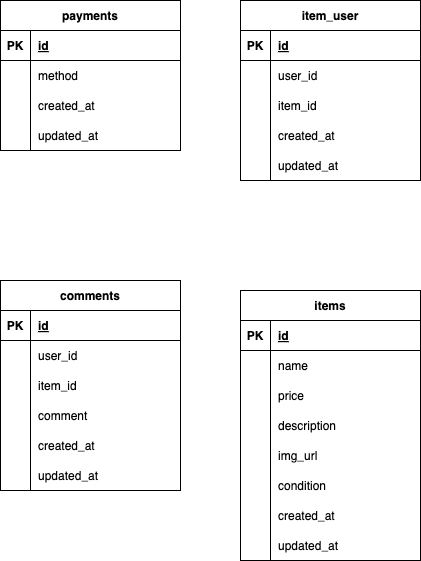
hirata784/flea_market_app keeps this draw.io diagram as .drawio.png. Above is the earlier version. Source tidied: cells renumbered, new cells last; positions are measured from the earlier drawing's top-left corner, leaving out a move shared by most shapes.
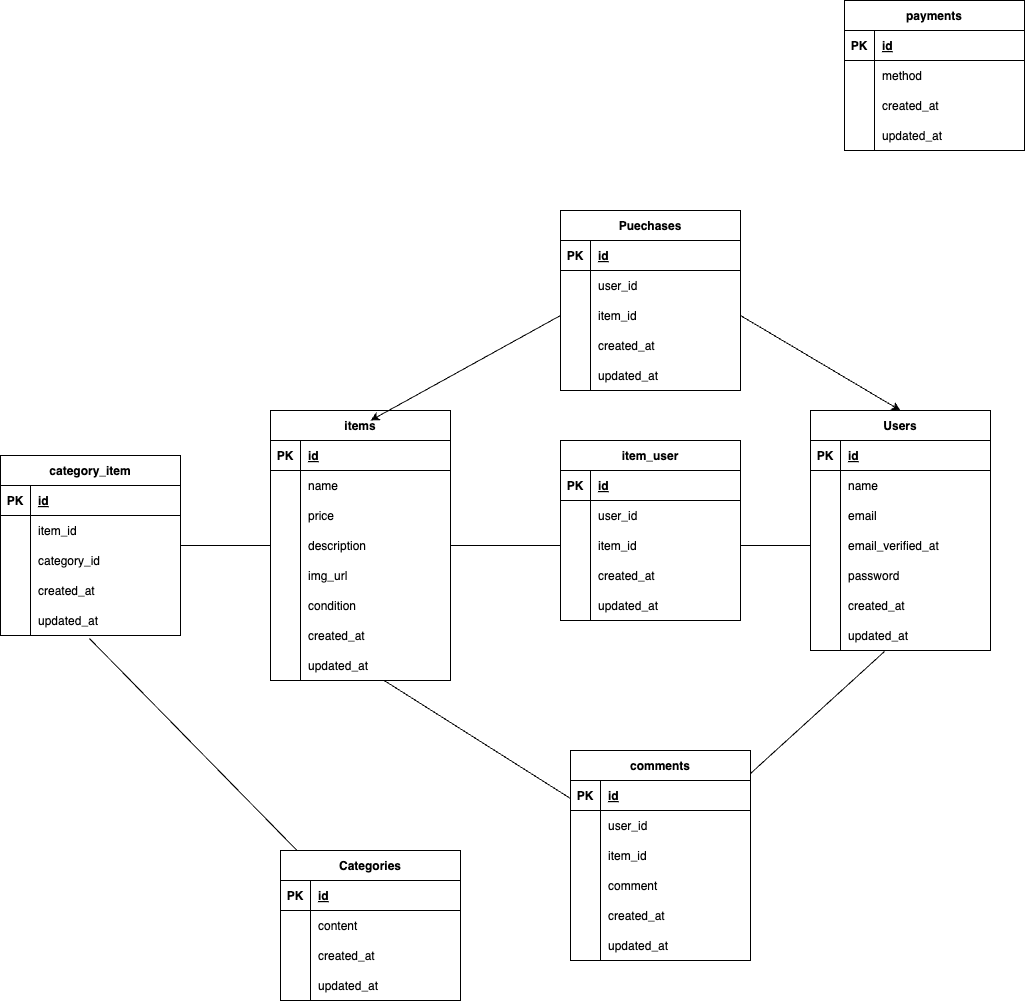
Above is the later version.

What changed in the source:
```diff
@@ -3,7 +3,7 @@
     <mxCell id="0" />
     <mxCell id="1" parent="0" />
     <mxCell id="2" value="items" style="shape=table;startSize=30;rowLines=0;fontStyle=1;align=center;" parent="1" vertex="1">
-      <mxGeometry x="240" y="290" width="180" height="270" as="geometry" />
+      <mxGeometry x="-310" y="40" width="180" height="270" as="geometry" />
     </mxCell>
     <mxCell id="3" style="shape=tableRow;horizontal=0;startSize=0;swimlaneHead=0;swimlaneBody=0;fillColor=none;top=0;left=0;right=0;bottom=1;" parent="2" vertex="1">
       <mxGeometry y="30" width="180" height="30" as="geometry" />
@@ -78,7 +78,7 @@
       <mxGeometry x="30" width="150" height="30" as="geometry" />
     </mxCell>
     <mxCell id="27" value="item_user" style="shape=table;startSize=30;rowLines=0;fontStyle=1;align=center;" parent="1" vertex="1">
-      <mxGeometry x="240" width="180" height="180" as="geometry" />
+      <mxGeometry x="-20" y="70" width="180" height="180" as="geometry" />
     </mxCell>
     <mxCell id="28" style="shape=tableRow;horizontal=0;startSize=0;swimlaneHead=0;swimlaneBody=0;fillColor=none;top=0;left=0;right=0;bottom=1;" parent="27" vertex="1">
       <mxGeometry y="30" width="180" height="30" as="geometry" />
@@ -126,7 +126,7 @@
       <mxGeometry x="30" width="150" height="30" as="geometry" />
     </mxCell>
     <mxCell id="43" value="payments" style="shape=table;startSize=30;rowLines=0;fontStyle=1;align=center;" parent="1" vertex="1">
-      <mxGeometry width="180" height="150" as="geometry" />
+      <mxGeometry x="264" y="-370" width="180" height="150" as="geometry" />
     </mxCell>
     <mxCell id="44" style="shape=tableRow;horizontal=0;startSize=0;swimlaneHead=0;swimlaneBody=0;fillColor=none;top=0;left=0;right=0;bottom=1;" parent="43" vertex="1">
       <mxGeometry y="30" width="180" height="30" as="geometry" />
@@ -164,8 +164,11 @@
     <mxCell id="55" value="updated_at" style="shape=partialRectangle;fillColor=none;top=0;left=0;bottom=0;right=0;align=left;spacingLeft=6;overflow=hidden;" parent="53" vertex="1">
       <mxGeometry x="30" width="150" height="30" as="geometry" />
     </mxCell>
+    <mxCell id="75" style="edgeStyle=none;html=1;endArrow=none;endFill=0;" parent="1" edge="1" source="56" target="24">
+      <mxGeometry relative="1" as="geometry" />
+    </mxCell>
     <mxCell id="56" value="comments" style="shape=table;startSize=30;rowLines=0;fontStyle=1;align=center;" parent="1" vertex="1">
-      <mxGeometry y="280" width="180" height="210" as="geometry" />
+      <mxGeometry x="-10" y="380" width="180" height="210" as="geometry" />
     </mxCell>
     <mxCell id="57" style="shape=tableRow;horizontal=0;startSize=0;swimlaneHead=0;swimlaneBody=0;fillColor=none;top=0;left=0;right=0;bottom=1;" parent="56" vertex="1">
       <mxGeometry y="30" width="180" height="30" as="geometry" />
@@ -221,5 +224,227 @@
     <mxCell id="74" value="updated_at" style="shape=partialRectangle;fillColor=none;top=0;left=0;bottom=0;right=0;align=left;spacingLeft=6;overflow=hidden;" parent="72" vertex="1">
       <mxGeometry x="30" width="150" height="30" as="geometry" />
     </mxCell>
+    <mxCell id="76" value="Users" style="shape=table;startSize=30;rowLines=0;fontStyle=1;align=center;" parent="1" vertex="1">
+      <mxGeometry x="230" y="40" width="180" height="240" as="geometry" />
+    </mxCell>
+    <mxCell id="77" style="shape=tableRow;horizontal=0;startSize=0;swimlaneHead=0;swimlaneBody=0;fillColor=none;top=0;left=0;right=0;bottom=1;" parent="76" vertex="1">
+      <mxGeometry y="30" width="180" height="30" as="geometry" />
+    </mxCell>
+    <mxCell id="78" value="PK" style="shape=partialRectangle;fillColor=none;top=0;left=0;bottom=0;right=0;fontStyle=1;overflow=hidden;" parent="77" vertex="1">
+      <mxGeometry width="30" height="30" as="geometry" />
+    </mxCell>
+    <mxCell id="79" value="id" style="shape=partialRectangle;fillColor=none;top=0;left=0;bottom=0;right=0;align=left;spacingLeft=6;fontStyle=5;overflow=hidden;" parent="77" vertex="1">
+      <mxGeometry x="30" width="150" height="30" as="geometry" />
+    </mxCell>
+    <mxCell id="80" style="shape=tableRow;horizontal=0;startSize=0;swimlaneHead=0;swimlaneBody=0;fillColor=none;top=0;left=0;right=0;bottom=0;" parent="76" vertex="1">
+      <mxGeometry y="60" width="180" height="30" as="geometry" />
+    </mxCell>
+    <mxCell id="81" style="shape=partialRectangle;fillColor=none;top=0;left=0;bottom=0;right=0;overflow=hidden;" parent="80" vertex="1">
+      <mxGeometry width="30" height="30" as="geometry" />
+    </mxCell>
+    <mxCell id="82" value="name" style="shape=partialRectangle;fillColor=none;top=0;left=0;bottom=0;right=0;align=left;spacingLeft=6;overflow=hidden;" parent="80" vertex="1">
+      <mxGeometry x="30" width="150" height="30" as="geometry" />
+    </mxCell>
+    <mxCell id="83" style="shape=tableRow;horizontal=0;startSize=0;swimlaneHead=0;swimlaneBody=0;fillColor=none;top=0;left=0;right=0;bottom=0;" parent="76" vertex="1">
+      <mxGeometry y="90" width="180" height="30" as="geometry" />
+    </mxCell>
+    <mxCell id="84" style="shape=partialRectangle;fillColor=none;top=0;left=0;bottom=0;right=0;overflow=hidden;" parent="83" vertex="1">
+      <mxGeometry width="30" height="30" as="geometry" />
+    </mxCell>
+    <mxCell id="85" value="email" style="shape=partialRectangle;fillColor=none;top=0;left=0;bottom=0;right=0;align=left;spacingLeft=6;overflow=hidden;" parent="83" vertex="1">
+      <mxGeometry x="30" width="150" height="30" as="geometry" />
+    </mxCell>
+    <mxCell id="86" style="shape=tableRow;horizontal=0;startSize=0;swimlaneHead=0;swimlaneBody=0;fillColor=none;points=[[0,0.5],[1,0.5]];portConstraint=eastwest;top=0;left=0;right=0;bottom=0;" parent="76" vertex="1">
+      <mxGeometry y="120" width="180" height="30" as="geometry" />
+    </mxCell>
+    <mxCell id="87" style="shape=partialRectangle;fillColor=none;top=0;left=0;bottom=0;right=0;overflow=hidden;" parent="86" vertex="1">
+      <mxGeometry width="30" height="30" as="geometry" />
+    </mxCell>
+    <mxCell id="88" value="email_verified_at" style="shape=partialRectangle;fillColor=none;top=0;left=0;bottom=0;right=0;align=left;spacingLeft=6;overflow=hidden;" parent="86" vertex="1">
+      <mxGeometry x="30" width="150" height="30" as="geometry" />
+    </mxCell>
+    <mxCell id="89" style="shape=tableRow;horizontal=0;startSize=0;swimlaneHead=0;swimlaneBody=0;fillColor=none;top=0;left=0;right=0;bottom=0;" parent="76" vertex="1">
+      <mxGeometry y="150" width="180" height="30" as="geometry" />
+    </mxCell>
+    <mxCell id="90" style="shape=partialRectangle;fillColor=none;top=0;left=0;bottom=0;right=0;overflow=hidden;" parent="89" vertex="1">
+      <mxGeometry width="30" height="30" as="geometry" />
+    </mxCell>
+    <mxCell id="91" value="password" style="shape=partialRectangle;fillColor=none;top=0;left=0;bottom=0;right=0;align=left;spacingLeft=6;overflow=hidden;" parent="89" vertex="1">
+      <mxGeometry x="30" width="150" height="30" as="geometry" />
+    </mxCell>
+    <mxCell id="92" style="shape=tableRow;horizontal=0;startSize=0;swimlaneHead=0;swimlaneBody=0;fillColor=none;top=0;left=0;right=0;bottom=0;" parent="76" vertex="1">
+      <mxGeometry y="180" width="180" height="30" as="geometry" />
+    </mxCell>
+    <mxCell id="93" style="shape=partialRectangle;fillColor=none;top=0;left=0;bottom=0;right=0;overflow=hidden;" parent="92" vertex="1">
+      <mxGeometry width="30" height="30" as="geometry" />
+    </mxCell>
+    <mxCell id="94" value="created_at" style="shape=partialRectangle;fillColor=none;top=0;left=0;bottom=0;right=0;align=left;spacingLeft=6;overflow=hidden;" parent="92" vertex="1">
+      <mxGeometry x="30" width="150" height="30" as="geometry" />
+    </mxCell>
+    <mxCell id="95" style="shape=tableRow;horizontal=0;startSize=0;swimlaneHead=0;swimlaneBody=0;fillColor=none;points=[[0,0.5],[1,0.5]];portConstraint=eastwest;top=0;left=0;right=0;bottom=0;" parent="76" vertex="1">
+      <mxGeometry y="210" width="180" height="30" as="geometry" />
+    </mxCell>
+    <mxCell id="96" style="shape=partialRectangle;fillColor=none;top=0;left=0;bottom=0;right=0;overflow=hidden;" parent="95" vertex="1">
+      <mxGeometry width="30" height="30" as="geometry" />
+    </mxCell>
+    <mxCell id="97" value="updated_at" style="shape=partialRectangle;fillColor=none;top=0;left=0;bottom=0;right=0;align=left;spacingLeft=6;overflow=hidden;" parent="95" vertex="1">
+      <mxGeometry x="30" width="150" height="30" as="geometry" />
+    </mxCell>
+    <mxCell id="98" value="Categories" style="shape=table;startSize=30;rowLines=0;fontStyle=1;align=center;" parent="1" vertex="1">
+      <mxGeometry x="-300" y="480" width="180" height="150" as="geometry" />
+    </mxCell>
+    <mxCell id="99" style="shape=tableRow;horizontal=0;startSize=0;swimlaneHead=0;swimlaneBody=0;fillColor=none;top=0;left=0;right=0;bottom=1;" parent="98" vertex="1">
+      <mxGeometry y="30" width="180" height="30" as="geometry" />
+    </mxCell>
+    <mxCell id="100" value="PK" style="shape=partialRectangle;fillColor=none;top=0;left=0;bottom=0;right=0;fontStyle=1;overflow=hidden;" parent="99" vertex="1">
+      <mxGeometry width="30" height="30" as="geometry" />
+    </mxCell>
+    <mxCell id="101" value="id" style="shape=partialRectangle;fillColor=none;top=0;left=0;bottom=0;right=0;align=left;spacingLeft=6;fontStyle=5;overflow=hidden;" parent="99" vertex="1">
+      <mxGeometry x="30" width="150" height="30" as="geometry" />
+    </mxCell>
+    <mxCell id="102" style="shape=tableRow;horizontal=0;startSize=0;swimlaneHead=0;swimlaneBody=0;fillColor=none;top=0;left=0;right=0;bottom=0;" parent="98" vertex="1">
+      <mxGeometry y="60" width="180" height="30" as="geometry" />
+    </mxCell>
+    <mxCell id="103" style="shape=partialRectangle;fillColor=none;top=0;left=0;bottom=0;right=0;overflow=hidden;" parent="102" vertex="1">
+      <mxGeometry width="30" height="30" as="geometry" />
+    </mxCell>
+    <mxCell id="104" value="content" style="shape=partialRectangle;fillColor=none;top=0;left=0;bottom=0;right=0;align=left;spacingLeft=6;overflow=hidden;" parent="102" vertex="1">
+      <mxGeometry x="30" width="150" height="30" as="geometry" />
+    </mxCell>
+    <mxCell id="105" style="shape=tableRow;horizontal=0;startSize=0;swimlaneHead=0;swimlaneBody=0;fillColor=none;top=0;left=0;right=0;bottom=0;" parent="98" vertex="1">
+      <mxGeometry y="90" width="180" height="30" as="geometry" />
+    </mxCell>
+    <mxCell id="106" style="shape=partialRectangle;fillColor=none;top=0;left=0;bottom=0;right=0;overflow=hidden;" parent="105" vertex="1">
+      <mxGeometry width="30" height="30" as="geometry" />
+    </mxCell>
+    <mxCell id="107" value="created_at" style="shape=partialRectangle;fillColor=none;top=0;left=0;bottom=0;right=0;align=left;spacingLeft=6;overflow=hidden;" parent="105" vertex="1">
+      <mxGeometry x="30" width="150" height="30" as="geometry" />
+    </mxCell>
+    <mxCell id="108" style="shape=tableRow;horizontal=0;startSize=0;swimlaneHead=0;swimlaneBody=0;fillColor=none;top=0;left=0;right=0;bottom=0;" parent="98" vertex="1">
+      <mxGeometry y="120" width="180" height="30" as="geometry" />
+    </mxCell>
+    <mxCell id="109" style="shape=partialRectangle;fillColor=none;top=0;left=0;bottom=0;right=0;overflow=hidden;" parent="108" vertex="1">
+      <mxGeometry width="30" height="30" as="geometry" />
+    </mxCell>
+    <mxCell id="110" value="updated_at" style="shape=partialRectangle;fillColor=none;top=0;left=0;bottom=0;right=0;align=left;spacingLeft=6;overflow=hidden;" parent="108" vertex="1">
+      <mxGeometry x="30" width="150" height="30" as="geometry" />
+    </mxCell>
+    <mxCell id="111" value="Puechases" style="shape=table;startSize=30;rowLines=0;fontStyle=1;align=center;" parent="1" vertex="1">
+      <mxGeometry x="-20" y="-160" width="180" height="180" as="geometry" />
+    </mxCell>
+    <mxCell id="112" style="shape=tableRow;horizontal=0;startSize=0;swimlaneHead=0;swimlaneBody=0;fillColor=none;top=0;left=0;right=0;bottom=1;" parent="111" vertex="1">
+      <mxGeometry y="30" width="180" height="30" as="geometry" />
+    </mxCell>
+    <mxCell id="113" value="PK" style="shape=partialRectangle;fillColor=none;top=0;left=0;bottom=0;right=0;fontStyle=1;overflow=hidden;" parent="112" vertex="1">
+      <mxGeometry width="30" height="30" as="geometry" />
+    </mxCell>
+    <mxCell id="114" value="id" style="shape=partialRectangle;fillColor=none;top=0;left=0;bottom=0;right=0;align=left;spacingLeft=6;fontStyle=5;overflow=hidden;" parent="112" vertex="1">
+      <mxGeometry x="30" width="150" height="30" as="geometry" />
+    </mxCell>
+    <mxCell id="115" style="shape=tableRow;horizontal=0;startSize=0;swimlaneHead=0;swimlaneBody=0;fillColor=none;top=0;left=0;right=0;bottom=0;" parent="111" vertex="1">
+      <mxGeometry y="60" width="180" height="30" as="geometry" />
+    </mxCell>
+    <mxCell id="116" style="shape=partialRectangle;fillColor=none;top=0;left=0;bottom=0;right=0;overflow=hidden;" parent="115" vertex="1">
+      <mxGeometry width="30" height="30" as="geometry" />
+    </mxCell>
+    <mxCell id="117" value="user_id" style="shape=partialRectangle;fillColor=none;top=0;left=0;bottom=0;right=0;align=left;spacingLeft=6;overflow=hidden;" parent="115" vertex="1">
+      <mxGeometry x="30" width="150" height="30" as="geometry" />
+    </mxCell>
+    <mxCell id="118" style="shape=tableRow;horizontal=0;startSize=0;swimlaneHead=0;swimlaneBody=0;fillColor=none;points=[[0,0.5],[1,0.5]];portConstraint=eastwest;top=0;left=0;right=0;bottom=0;" parent="111" vertex="1">
+      <mxGeometry y="90" width="180" height="30" as="geometry" />
+    </mxCell>
+    <mxCell id="119" style="shape=partialRectangle;fillColor=none;top=0;left=0;bottom=0;right=0;overflow=hidden;" parent="118" vertex="1">
+      <mxGeometry width="30" height="30" as="geometry" />
+    </mxCell>
+    <mxCell id="120" value="item_id" style="shape=partialRectangle;fillColor=none;top=0;left=0;bottom=0;right=0;align=left;spacingLeft=6;overflow=hidden;" parent="118" vertex="1">
+      <mxGeometry x="30" width="150" height="30" as="geometry" />
+    </mxCell>
+    <mxCell id="121" style="shape=tableRow;horizontal=0;startSize=0;swimlaneHead=0;swimlaneBody=0;fillColor=none;top=0;left=0;right=0;bottom=0;" parent="111" vertex="1">
+      <mxGeometry y="120" width="180" height="30" as="geometry" />
+    </mxCell>
+    <mxCell id="122" style="shape=partialRectangle;fillColor=none;top=0;left=0;bottom=0;right=0;overflow=hidden;" parent="121" vertex="1">
+      <mxGeometry width="30" height="30" as="geometry" />
+    </mxCell>
+    <mxCell id="123" value="created_at" style="shape=partialRectangle;fillColor=none;top=0;left=0;bottom=0;right=0;align=left;spacingLeft=6;overflow=hidden;" parent="121" vertex="1">
+      <mxGeometry x="30" width="150" height="30" as="geometry" />
+    </mxCell>
+    <mxCell id="124" style="shape=tableRow;horizontal=0;startSize=0;swimlaneHead=0;swimlaneBody=0;fillColor=none;top=0;left=0;right=0;bottom=0;" parent="111" vertex="1">
+      <mxGeometry y="150" width="180" height="30" as="geometry" />
+    </mxCell>
+    <mxCell id="125" style="shape=partialRectangle;fillColor=none;top=0;left=0;bottom=0;right=0;overflow=hidden;" parent="124" vertex="1">
+      <mxGeometry width="30" height="30" as="geometry" />
+    </mxCell>
+    <mxCell id="126" value="updated_at" style="shape=partialRectangle;fillColor=none;top=0;left=0;bottom=0;right=0;align=left;spacingLeft=6;overflow=hidden;" parent="124" vertex="1">
+      <mxGeometry x="30" width="150" height="30" as="geometry" />
+    </mxCell>
+    <mxCell id="127" style="edgeStyle=none;html=1;entryX=0;entryY=0.5;entryDx=0;entryDy=0;endArrow=none;endFill=0;" parent="1" edge="1" source="128" target="12">
+      <mxGeometry relative="1" as="geometry" />
+    </mxCell>
+    <mxCell id="128" value="category_item" style="shape=table;startSize=30;rowLines=0;fontStyle=1;align=center;" parent="1" vertex="1">
+      <mxGeometry x="-580" y="85" width="180" height="180" as="geometry" />
+    </mxCell>
+    <mxCell id="129" style="shape=tableRow;horizontal=0;startSize=0;swimlaneHead=0;swimlaneBody=0;fillColor=none;top=0;left=0;right=0;bottom=1;" parent="128" vertex="1">
+      <mxGeometry y="30" width="180" height="30" as="geometry" />
+    </mxCell>
+    <mxCell id="130" value="PK" style="shape=partialRectangle;fillColor=none;top=0;left=0;bottom=0;right=0;fontStyle=1;overflow=hidden;" parent="129" vertex="1">
+      <mxGeometry width="30" height="30" as="geometry" />
+    </mxCell>
+    <mxCell id="131" value="id" style="shape=partialRectangle;fillColor=none;top=0;left=0;bottom=0;right=0;align=left;spacingLeft=6;fontStyle=5;overflow=hidden;" parent="129" vertex="1">
+      <mxGeometry x="30" width="150" height="30" as="geometry" />
+    </mxCell>
+    <mxCell id="132" style="shape=tableRow;horizontal=0;startSize=0;swimlaneHead=0;swimlaneBody=0;fillColor=none;top=0;left=0;right=0;bottom=0;" parent="128" vertex="1">
+      <mxGeometry y="60" width="180" height="30" as="geometry" />
+    </mxCell>
+    <mxCell id="133" style="shape=partialRectangle;fillColor=none;top=0;left=0;bottom=0;right=0;overflow=hidden;" parent="132" vertex="1">
+      <mxGeometry width="30" height="30" as="geometry" />
+    </mxCell>
+    <mxCell id="134" value="item_id" style="shape=partialRectangle;fillColor=none;top=0;left=0;bottom=0;right=0;align=left;spacingLeft=6;overflow=hidden;" parent="132" vertex="1">
+      <mxGeometry x="30" width="150" height="30" as="geometry" />
+    </mxCell>
+    <mxCell id="135" style="shape=tableRow;horizontal=0;startSize=0;swimlaneHead=0;swimlaneBody=0;fillColor=none;top=0;left=0;right=0;bottom=0;" parent="128" vertex="1">
+      <mxGeometry y="90" width="180" height="30" as="geometry" />
+    </mxCell>
+    <mxCell id="136" style="shape=partialRectangle;fillColor=none;top=0;left=0;bottom=0;right=0;overflow=hidden;" parent="135" vertex="1">
+      <mxGeometry width="30" height="30" as="geometry" />
+    </mxCell>
+    <mxCell id="137" value="category_id" style="shape=partialRectangle;fillColor=none;top=0;left=0;bottom=0;right=0;align=left;spacingLeft=6;overflow=hidden;" parent="135" vertex="1">
+      <mxGeometry x="30" width="150" height="30" as="geometry" />
+    </mxCell>
+    <mxCell id="138" style="shape=tableRow;horizontal=0;startSize=0;swimlaneHead=0;swimlaneBody=0;fillColor=none;top=0;left=0;right=0;bottom=0;" parent="128" vertex="1">
+      <mxGeometry y="120" width="180" height="30" as="geometry" />
+    </mxCell>
+    <mxCell id="139" style="shape=partialRectangle;fillColor=none;top=0;left=0;bottom=0;right=0;overflow=hidden;" parent="138" vertex="1">
+      <mxGeometry width="30" height="30" as="geometry" />
+    </mxCell>
+    <mxCell id="140" value="created_at" style="shape=partialRectangle;fillColor=none;top=0;left=0;bottom=0;right=0;align=left;spacingLeft=6;overflow=hidden;" parent="138" vertex="1">
+      <mxGeometry x="30" width="150" height="30" as="geometry" />
+    </mxCell>
+    <mxCell id="141" style="shape=tableRow;horizontal=0;startSize=0;swimlaneHead=0;swimlaneBody=0;fillColor=none;points=[[0,0.5],[1,0.5]];portConstraint=eastwest;top=0;left=0;right=0;bottom=0;" parent="128" vertex="1">
+      <mxGeometry y="150" width="180" height="30" as="geometry" />
+    </mxCell>
+    <mxCell id="142" style="shape=partialRectangle;fillColor=none;top=0;left=0;bottom=0;right=0;overflow=hidden;" parent="141" vertex="1">
+      <mxGeometry width="30" height="30" as="geometry" />
+    </mxCell>
+    <mxCell id="143" value="updated_at" style="shape=partialRectangle;fillColor=none;top=0;left=0;bottom=0;right=0;align=left;spacingLeft=6;overflow=hidden;" parent="141" vertex="1">
+      <mxGeometry x="30" width="150" height="30" as="geometry" />
+    </mxCell>
+    <mxCell id="144" style="edgeStyle=none;html=1;exitX=1;exitY=0.5;exitDx=0;exitDy=0;entryX=0;entryY=0.5;entryDx=0;entryDy=0;endArrow=none;endFill=0;" parent="1" edge="1" source="12" target="34">
+      <mxGeometry relative="1" as="geometry" />
+    </mxCell>
+    <mxCell id="145" style="edgeStyle=none;html=1;exitX=1;exitY=0.5;exitDx=0;exitDy=0;entryX=0;entryY=0.5;entryDx=0;entryDy=0;endArrow=none;endFill=0;" parent="1" edge="1" source="34" target="86">
+      <mxGeometry relative="1" as="geometry" />
+    </mxCell>
+    <mxCell id="146" style="edgeStyle=none;html=1;entryX=0.494;entryY=1.1;entryDx=0;entryDy=0;entryPerimeter=0;endArrow=none;endFill=0;" parent="1" edge="1" source="98" target="141">
+      <mxGeometry relative="1" as="geometry" />
+    </mxCell>
+    <mxCell id="147" style="edgeStyle=none;html=1;entryX=0.411;entryY=1.033;entryDx=0;entryDy=0;entryPerimeter=0;endArrow=none;endFill=0;" parent="1" edge="1" source="56" target="95">
+      <mxGeometry relative="1" as="geometry" />
+    </mxCell>
+    <mxCell id="148" style="edgeStyle=none;html=1;exitX=0;exitY=0.5;exitDx=0;exitDy=0;entryX=0.556;entryY=0.037;entryDx=0;entryDy=0;entryPerimeter=0;" parent="1" edge="1" source="118" target="2">
+      <mxGeometry relative="1" as="geometry" />
+    </mxCell>
+    <mxCell id="149" style="edgeStyle=none;html=1;exitX=1;exitY=0.5;exitDx=0;exitDy=0;entryX=0.5;entryY=0;entryDx=0;entryDy=0;" parent="1" edge="1" source="118" target="76">
+      <mxGeometry relative="1" as="geometry" />
+    </mxCell>
   </root>
 </mxGraphModel>
```
